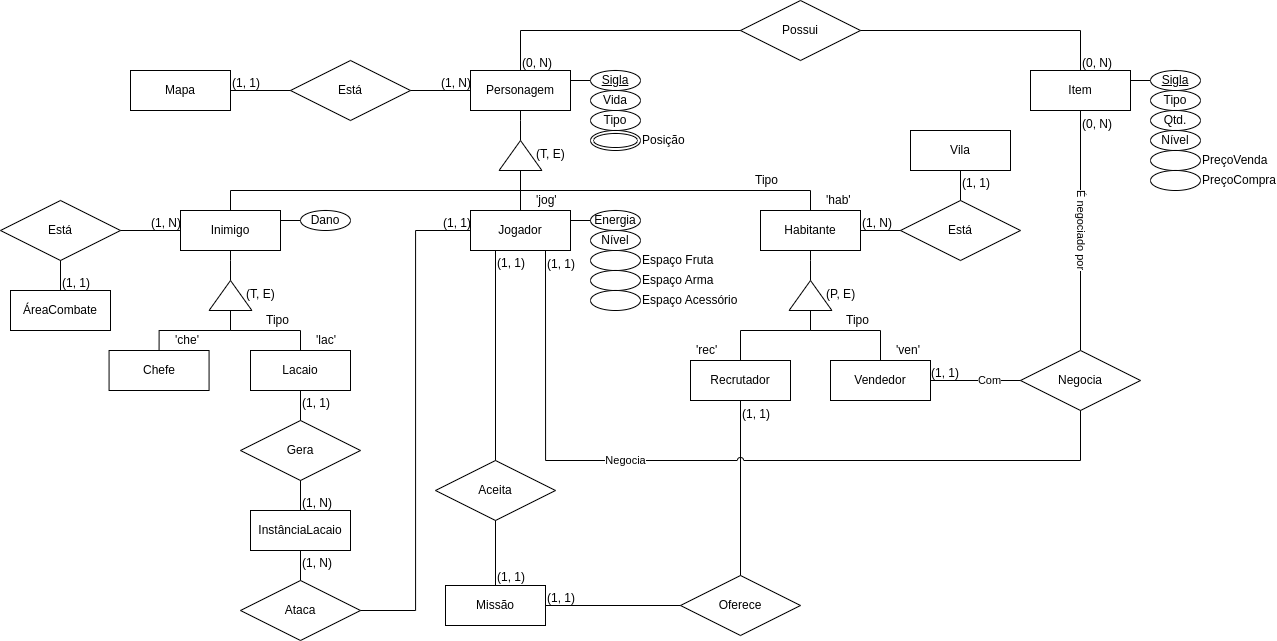
Earlier version of the draw.io export docs/assets/diagrama-entidade-relacionamento-personagem-v1.0.png (SBD1/2025.1-Marventura). Source tidied: cells renumbered, new cells last; positions are measured from the earlier drawing's top-left corner, leaving out a move shared by most shapes.
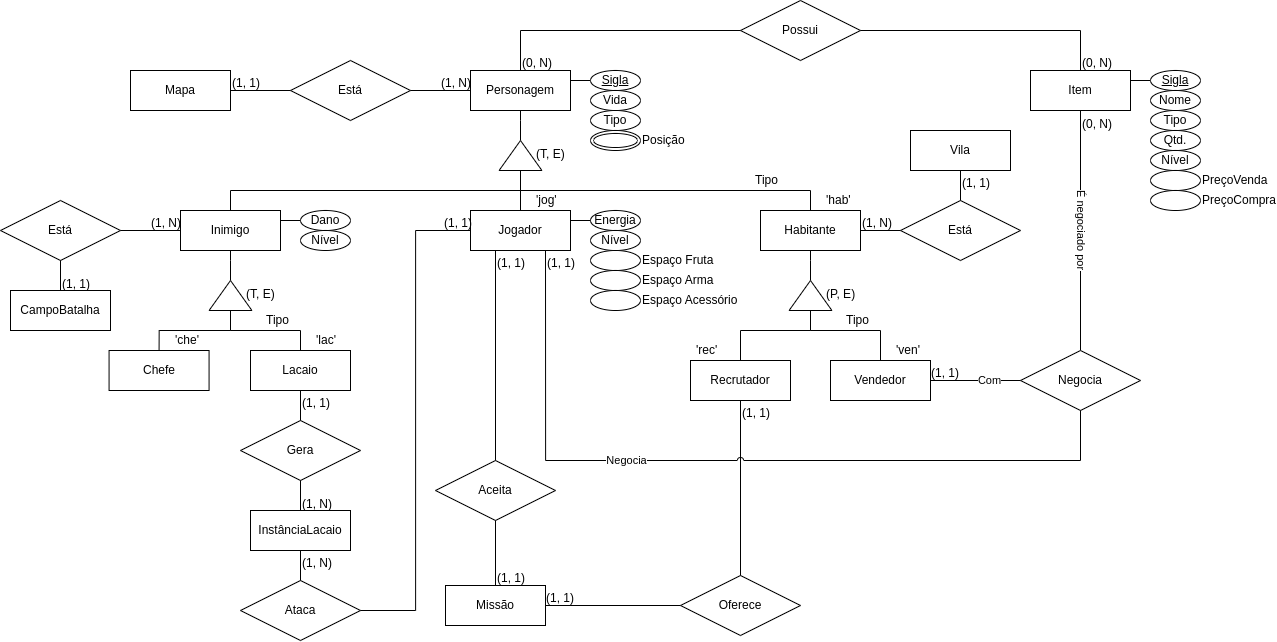
Later version of the same file.

Commit message:
Atualização no diagrama

Diff of the diagram source:
```diff
@@ -164,22 +164,22 @@
       <mxGeometry relative="1" as="geometry" />
     </mxCell>
     <mxCell id="47" value="Tipo" style="ellipse;whiteSpace=wrap;html=1;align=center;" parent="1" vertex="1">
-      <mxGeometry x="1150" y="90" width="50" height="20" as="geometry" />
+      <mxGeometry x="1150" y="110" width="50" height="20" as="geometry" />
     </mxCell>
     <mxCell id="48" value="Sigla" style="ellipse;whiteSpace=wrap;html=1;align=center;fontStyle=4;" parent="1" vertex="1">
       <mxGeometry x="1150" y="70" width="50" height="20" as="geometry" />
     </mxCell>
     <mxCell id="49" value="Qtd." style="ellipse;whiteSpace=wrap;html=1;align=center;" parent="1" vertex="1">
-      <mxGeometry x="1150" y="110" width="50" height="20" as="geometry" />
+      <mxGeometry x="1150" y="130" width="50" height="20" as="geometry" />
     </mxCell>
     <mxCell id="50" value="Nível" style="ellipse;whiteSpace=wrap;html=1;align=center;" parent="1" vertex="1">
-      <mxGeometry x="1150" y="130" width="50" height="20" as="geometry" />
+      <mxGeometry x="1150" y="150" width="50" height="20" as="geometry" />
     </mxCell>
     <mxCell id="51" value="PreçoVenda" style="ellipse;whiteSpace=wrap;html=1;align=left;labelPosition=right;verticalLabelPosition=middle;verticalAlign=middle;" parent="1" vertex="1">
-      <mxGeometry x="1150" y="150" width="50" height="20" as="geometry" />
+      <mxGeometry x="1150" y="170" width="50" height="20" as="geometry" />
     </mxCell>
     <mxCell id="52" value="PreçoCompra" style="ellipse;whiteSpace=wrap;html=1;align=left;labelPosition=right;verticalLabelPosition=middle;verticalAlign=middle;" parent="1" vertex="1">
-      <mxGeometry x="1150" y="170" width="50" height="20" as="geometry" />
+      <mxGeometry x="1150" y="190" width="50" height="20" as="geometry" />
     </mxCell>
     <mxCell id="53" style="endArrow=none;html=1;rounded=0;exitX=1;exitY=0.5;exitDx=0;exitDy=0;entryX=0.5;entryY=0;entryDx=0;entryDy=0;labelPosition=right;verticalLabelPosition=bottom;align=left;verticalAlign=top;edgeStyle=orthogonalEdgeStyle;" parent="1" edge="1" source="15" target="16">
       <mxGeometry relative="1" as="geometry" />
@@ -217,7 +217,7 @@
     <mxCell id="64" value="Está" style="shape=rhombus;perimeter=rhombusPerimeter;whiteSpace=wrap;html=1;align=center;" parent="1" vertex="1">
       <mxGeometry y="200" width="120" height="60" as="geometry" />
     </mxCell>
-    <mxCell id="65" value="ÁreaCombate" style="whiteSpace=wrap;html=1;align=center;" parent="1" vertex="1">
+    <mxCell id="65" value="CampoBatalha" style="whiteSpace=wrap;html=1;align=center;" parent="1" vertex="1">
       <mxGeometry x="10" y="290" width="100" height="40" as="geometry" />
     </mxCell>
     <mxCell id="66" style="endArrow=none;html=1;rounded=0;exitX=0;exitY=0.5;exitDx=0;exitDy=0;entryX=1;entryY=0.5;entryDx=0;entryDy=0;" parent="1" edge="1" source="33" target="32">
@@ -352,5 +352,11 @@
     <mxCell id="107" value="Nível" style="ellipse;whiteSpace=wrap;html=1;align=center;" parent="1" vertex="1">
       <mxGeometry x="590" y="230" width="50" height="20" as="geometry" />
     </mxCell>
+    <mxCell id="108" value="Nível" style="ellipse;whiteSpace=wrap;html=1;align=center;" parent="1" vertex="1">
+      <mxGeometry x="300" y="230" width="50" height="20" as="geometry" />
+    </mxCell>
+    <mxCell id="109" value="Nome" style="ellipse;whiteSpace=wrap;html=1;align=center;" parent="1" vertex="1">
+      <mxGeometry x="1150" y="90" width="50" height="20" as="geometry" />
+    </mxCell>
   </root>
 </mxGraphModel>
```
